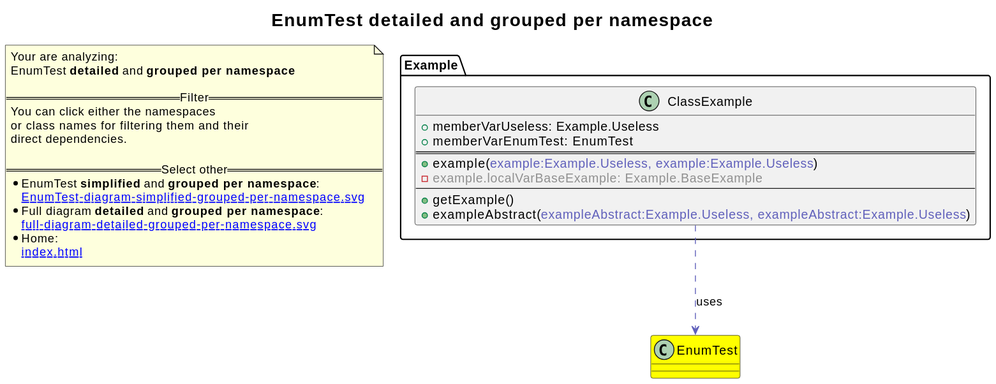
2BlackCoffees/revenger keeps this PlantUML diagram as revenger-java-adapter.out/EnumTest-diagram-detailed-grouped-per-namespace.svg. Above is the earlier version. Source of this version:
```plantuml
@startuml
title <size:20>EnumTest **detailed** and **grouped per namespace**</size>
note "Your are analyzing:\nEnumTest **detailed** and **grouped per namespace**\n\n==Filter==\nYou can click either the namespaces \nor class names for filtering them and their\ndirect dependencies.\n\n==Select other==\n* EnumTest **simplified** and **grouped per namespace**:\n   [[EnumTest-diagram-simplified-grouped-per-namespace.svg]]\n* Full diagram **detailed** and **grouped per namespace**:\n   [[full-diagram-detailed-grouped-per-namespace.svg]]\n* Home:\n   [[index.html]]" as FloatingNote
class EnumTest [[EnumTest-diagram-detailed-grouped-per-namespace.svg]] #yellow {
}
namespace Example [[Example-diagram-detailed-grouped-per-namespace.svg]] {
class Example.ClassExample [[Example.ClassExample-diagram-detailed-grouped-per-namespace.svg]]  {
  + memberVarUseless: Example.Useless
  + memberVarEnumTest: EnumTest
==
  + example(<font color="6060BB">example:Example.Useless, example:Example.Useless</font>)
  - <font color="909090">example.localVarBaseExample: Example.BaseExample</font>
--
  + getExample(<font color="6060BB"></font>)
  + exampleAbstract(<font color="6060BB">exampleAbstract:Example.Useless, exampleAbstract:Example.Useless</font>)
}
}
Example.ClassExample .[#6060BB].> EnumTest  : uses
@enduml
```
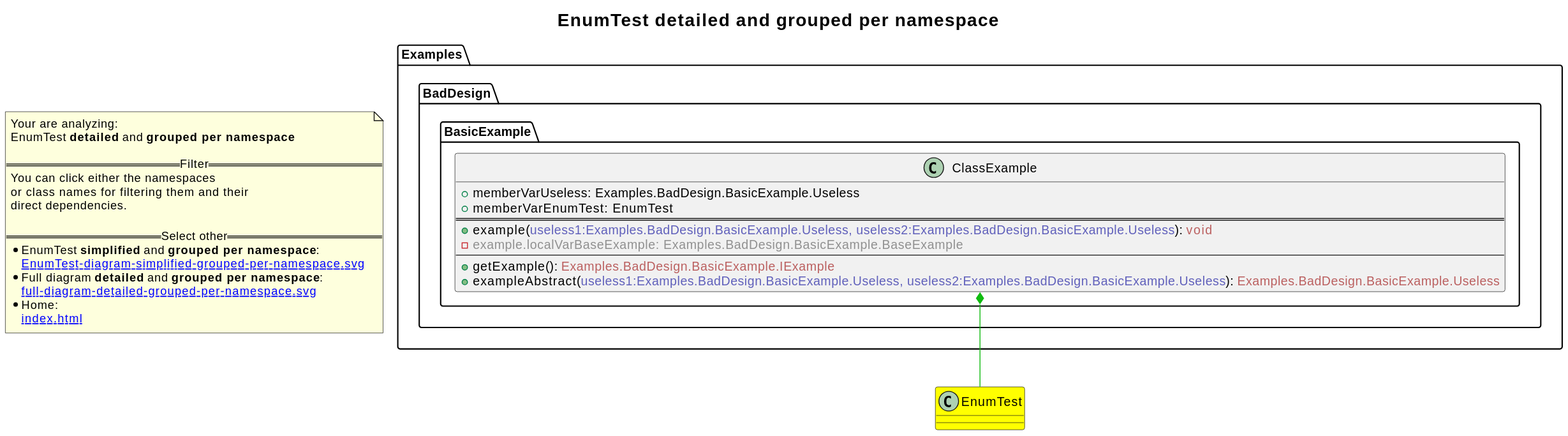
The same file after the commit.

Change to the diagram source:
```diff
@@ -1,19 +1,24 @@
 @startuml
+skinparam linetype ortho
 title <size:20>EnumTest **detailed** and **grouped per namespace**</size>
 note "Your are analyzing:\nEnumTest **detailed** and **grouped per namespace**\n\n==Filter==\nYou can click either the namespaces \nor class names for filtering them and their\ndirect dependencies.\n\n==Select other==\n* EnumTest **simplified** and **grouped per namespace**:\n   [[EnumTest-diagram-simplified-grouped-per-namespace.svg]]\n* Full diagram **detailed** and **grouped per namespace**:\n   [[full-diagram-detailed-grouped-per-namespace.svg]]\n* Home:\n   [[index.html]]" as FloatingNote
 class EnumTest [[EnumTest-diagram-detailed-grouped-per-namespace.svg]] #yellow {
 }
-namespace Example [[Example-diagram-detailed-grouped-per-namespace.svg]] {
-class Example.ClassExample [[Example.ClassExample-diagram-detailed-grouped-per-namespace.svg]]  {
-  + memberVarUseless: Example.Useless
-  + memberVarEnumTest: EnumTest
+namespace Examples [[Examples-diagram-detailed-grouped-per-namespace.svg]] {
+namespace Examples.BadDesign [[Examples.BadDesign-diagram-detailed-grouped-per-namespace.svg]] {
+namespace Examples.BadDesign.BasicExample [[Examples.BadDesign.BasicExample-diagram-detailed-grouped-per-namespace.svg]] {
+    class Examples.BadDesign.BasicExample.ClassExample [[Examples.BadDesign.BasicExample.ClassExample-diagram-detailed-grouped-per-namespace.svg]]  {
+      + memberVarUseless: Examples.BadDesign.BasicExample.Useless
+      + memberVarEnumTest: EnumTest
 ==
-  + example(<font color="6060BB">example:Example.Useless, example:Example.Useless</font>)
-  - <font color="909090">example.localVarBaseExample: Example.BaseExample</font>
+      + example(<font color="6060BB">useless1:Examples.BadDesign.BasicExample.Useless, useless2:Examples.BadDesign.BasicExample.Useless</font>): <font color="BB6060">void</font>
+      - <font color="909090">example.localVarBaseExample: Examples.BadDesign.BasicExample.BaseExample</font>
 --
-  + getExample(<font color="6060BB"></font>)
-  + exampleAbstract(<font color="6060BB">exampleAbstract:Example.Useless, exampleAbstract:Example.Useless</font>)
+      + getExample(<font color="6060BB"></font>): <font color="BB6060">Examples.BadDesign.BasicExample.IExample</font>
+      + exampleAbstract(<font color="6060BB">useless1:Examples.BadDesign.BasicExample.Useless, useless2:Examples.BadDesign.BasicExample.Useless</font>): <font color="BB6060">Examples.BadDesign.BasicExample.Useless</font>
+    }
 }
 }
-Example.ClassExample .[#6060BB].> EnumTest  : uses
+}
+Examples.BadDesign.BasicExample.ClassExample *-[#10BB10]- EnumTest
 @enduml
```
